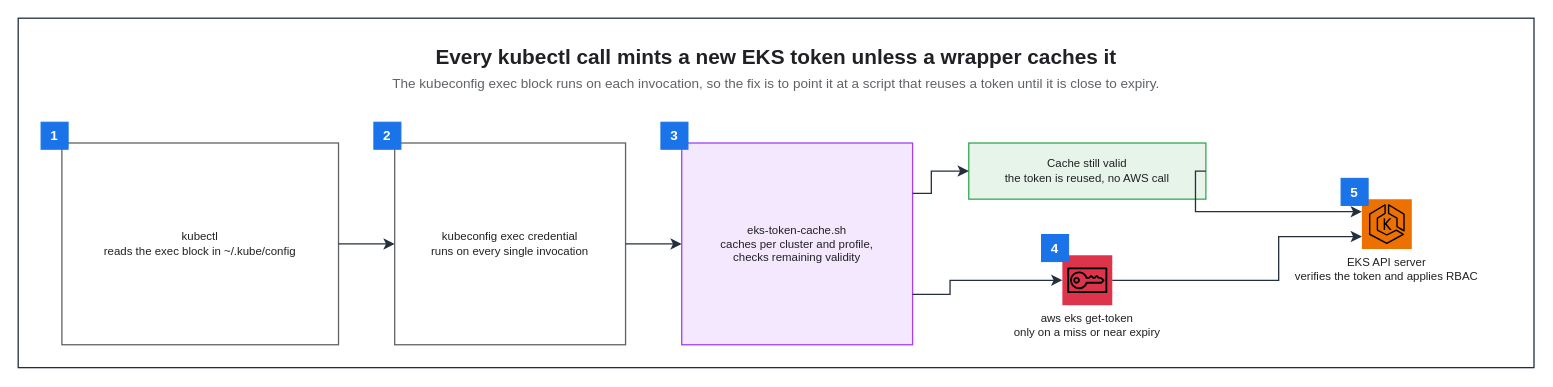
This is assets/img/aws/eks-token-cache-flow.drawio from KKamJi98/kkamji98.github.io, a draw.io file, before an edit. Source tidied: cells renumbered, new cells numbered last; positions are measured from the earlier drawing's top-left corner, leaving out a move shared by most shapes. Both pictures are drawn from the tidied source at 104%, with x=0, y=0 at pixel (18, 18).
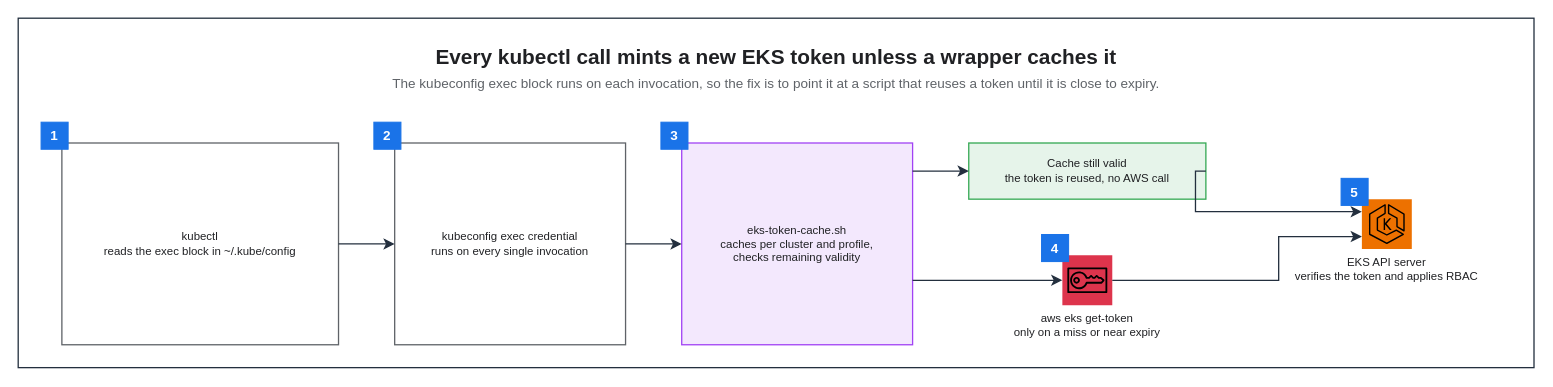
The same diagram, later.

The change refers to these unchanged cells:
```xml
<mxCell id="7" value="eks-token-cache.sh&#10;caches per cluster and profile,&#10;checks remaining validity" style="rounded=0;whiteSpace=wrap;html=0;fillColor=#F3E8FD;strokeColor=#A142F4;fontColor=#202124;fontSize=11;fontStyle=0;align=center;verticalAlign=middle;spacingLeft=6;spacingRight=6;strokeWidth=1.25;" parent="1" vertex="1">
  <mxGeometry x="638" y="120" width="222" height="194" as="geometry" />
</mxCell>
<mxCell id="8" value="Cache still valid&#10;the token is reused, no AWS call" style="rounded=0;whiteSpace=wrap;html=0;fillColor=#E6F4EA;strokeColor=#34A853;fontColor=#202124;fontSize=11;fontStyle=0;align=center;verticalAlign=middle;spacingLeft=6;spacingRight=6;strokeWidth=1.25;" parent="1" vertex="1">
  <mxGeometry x="914" y="120" width="228" height="54" as="geometry" />
</mxCell>
<mxCell id="9" value="aws eks get-token&#10;only on a miss or near expiry" style="sketch=0;outlineConnect=0;gradientColor=none;html=0;whiteSpace=nowrap;fontSize=11;fontStyle=0;fontColor=#202124;verticalLabelPosition=bottom;verticalAlign=top;align=center;labelBackgroundColor=none;fillColor=#DD344C;strokeColor=none;dashed=0;shape=mxgraph.aws4.resourceIcon;resIcon=mxgraph.aws4.sts;" parent="1" vertex="1">
  <mxGeometry x="1004" y="228" width="48" height="48" as="geometry" />
</mxCell>
```

Diff of the diagram source:
```diff
@@
-    <mxCell id="18" style="edgeStyle=orthogonalEdgeStyle;rounded=0;html=0;strokeColor=#232F3E;strokeWidth=1.25;endArrow=classic;endFill=1;endSize=7;fontSize=11;fontColor=#202124;labelBackgroundColor=none;jettySize=14;exitX=1;exitY=0.25;entryX=0;entryY=0.5;exitDx=0;exitDy=0;entryDx=0;entryDy=0;" parent="1" edge="1" source="7" target="8">
-      <mxGeometry relative="1" as="geometry">
-        <Array as="points">
-          <mxPoint x="878" y="168.5" />
-          <mxPoint x="878" y="147" />
-        </Array>
-      </mxGeometry>
+    <mxCell id="18" style="edgeStyle=orthogonalEdgeStyle;rounded=0;html=0;strokeColor=#232F3E;strokeWidth=1.25;endArrow=classic;endFill=1;endSize=7;fontSize=11;fontColor=#202124;labelBackgroundColor=none;jettySize=14;exitX=1;exitY=0.1392;entryX=0;entryY=0.5;exitDx=0;exitDy=0;entryDx=0;entryDy=0;" parent="1" edge="1" source="7" target="8">
+      <mxGeometry relative="1" as="geometry" />
     </mxCell>
-    <mxCell id="19" style="edgeStyle=orthogonalEdgeStyle;rounded=0;html=0;strokeColor=#232F3E;strokeWidth=1.25;endArrow=classic;endFill=1;endSize=7;fontSize=11;fontColor=#202124;labelBackgroundColor=none;jettySize=14;exitX=1;exitY=0.75;entryX=0;entryY=0.5;exitDx=0;exitDy=0;entryDx=0;entryDy=0;" parent="1" edge="1" source="7" target="9">
-      <mxGeometry relative="1" as="geometry">
-        <Array as="points">
-          <mxPoint x="896" y="265.5" />
-          <mxPoint x="896" y="252" />
-        </Array>
-      </mxGeometry>
+    <mxCell id="19" style="edgeStyle=orthogonalEdgeStyle;rounded=0;html=0;strokeColor=#232F3E;strokeWidth=1.25;endArrow=classic;endFill=1;endSize=7;fontSize=11;fontColor=#202124;labelBackgroundColor=none;jettySize=14;exitX=1;exitY=0.6804;entryX=0;entryY=0.5;exitDx=0;exitDy=0;entryDx=0;entryDy=0;" parent="1" edge="1" source="7" target="9">
+      <mxGeometry relative="1" as="geometry" />
     </mxCell>
```
